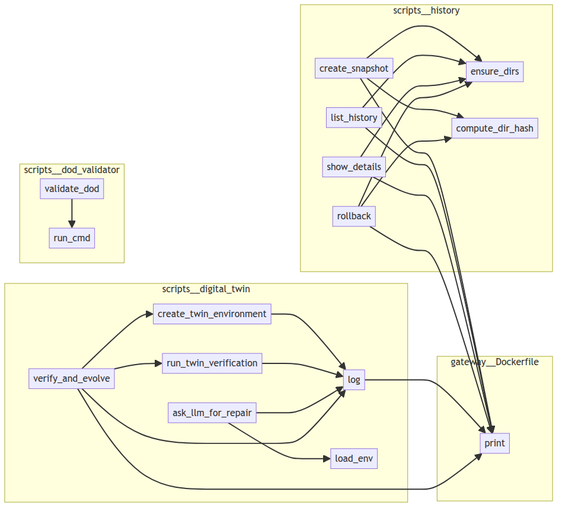
Above: project/calls.png in paxlet-com/taskand (Mermaid), before the change. Its source is kept beside it as project/calls.mmd.
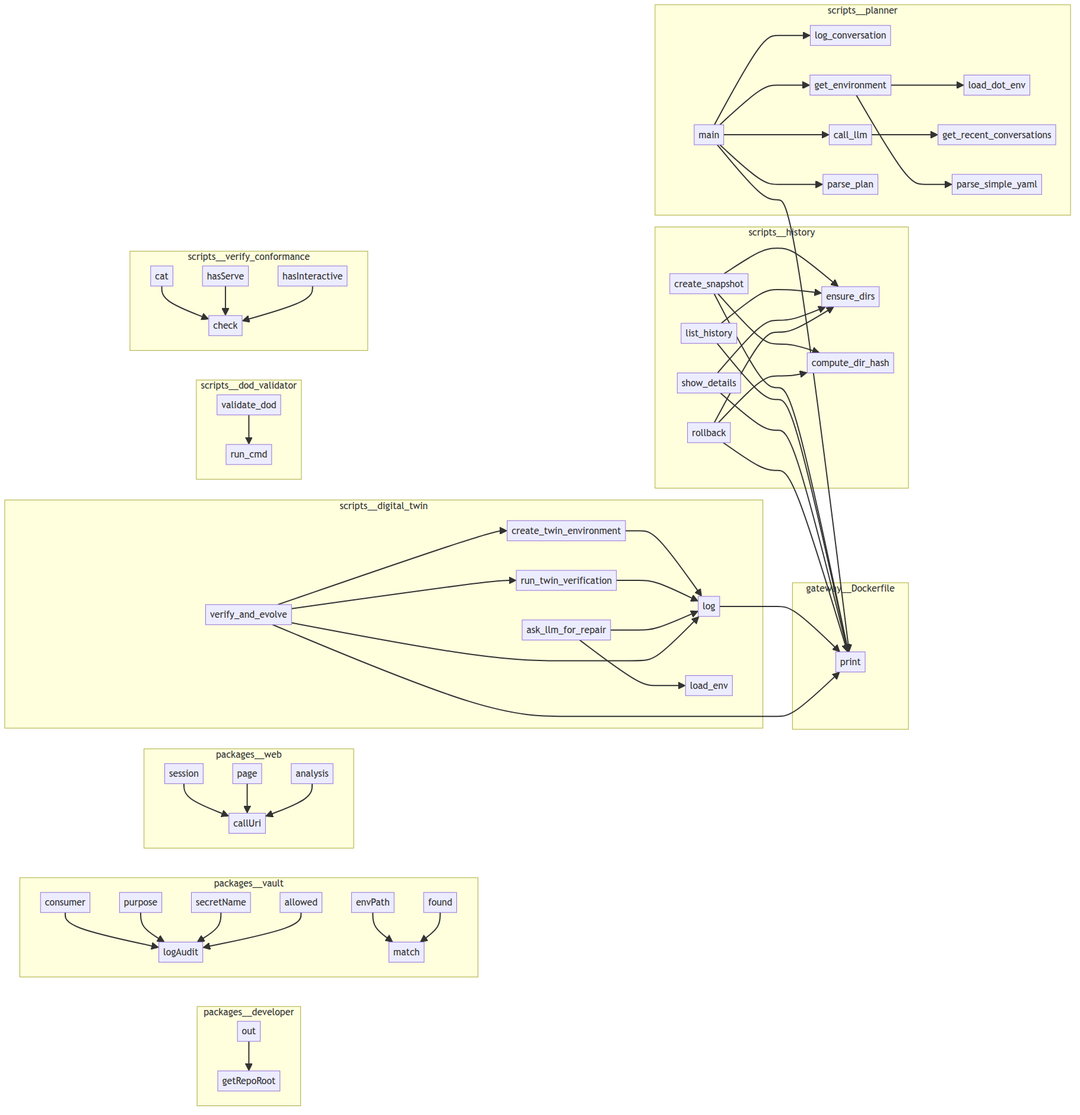
After the commit.

Change to the diagram source:
```diff
@@ -2,36 +2,81 @@
     subgraph gateway__Dockerfile
         gateway__Dockerfile__print["print"]
     end
+    subgraph packages__developer
+        packages__developer__proc__dev__chat__taskand__dev__v1__bin__out["out"]
+        packages__developer__proc__dev__chat__taskand__dev__v1__bin__getRepoRoot["getRepoRoot"]
+    end
+    subgraph packages__vault
+        packages__vault__proc__vault__secrets__taskand__dev__v1__bin__logAudit["logAudit"]
+        packages__vault__proc__vault__secrets__taskand__dev__v1__bin__envPath["envPath"]
+        packages__vault__proc__vault__secrets__taskand__dev__v1__bin__found["found"]
+        packages__vault__proc__vault__secrets__taskand__dev__v1__bin__secretName["secretName"]
+        packages__vault__proc__vault__secrets__taskand__dev__v1__bin__consumer["consumer"]
+        packages__vault__proc__vault__secrets__taskand__dev__v1__bin__allowed["allowed"]
+        packages__vault__proc__vault__secrets__taskand__dev__v1__bin__match["match"]
+        packages__vault__proc__vault__secrets__taskand__dev__v1__bin__purpose["purpose"]
+    end
+    subgraph packages__web
+        packages__web__proc__flow__login__taskand__dev__v1__bin__page["page"]
+        packages__web__proc__flow__login__taskand__dev__v1__bin__session["session"]
+        packages__web__proc__flow__login__taskand__dev__v1__bin__analysis["analysis"]
+        packages__web__proc__flow__login__taskand__dev__v1__bin__callUri["callUri"]
+    end
     subgraph scripts__digital_twin
+        scripts__digital_twin__ask_llm_for_repair["ask_llm_for_repair"]
+        scripts__digital_twin__run_twin_verification["run_twin_verification"]
         scripts__digital_twin__log["log"]
-        scripts__digital_twin__run_twin_verification["run_twin_verification"]
+        scripts__digital_twin__load_env["load_env"]
         scripts__digital_twin__create_twin_environment["create_twin_environment"]
-        scripts__digital_twin__ask_llm_for_repair["ask_llm_for_repair"]
-        scripts__digital_twin__load_env["load_env"]
         scripts__digital_twin__verify_and_evolve["verify_and_evolve"]
     end
     subgraph scripts__dod_validator
+        scripts__dod_validator__run_cmd["run_cmd"]
         scripts__dod_validator__validate_dod["validate_dod"]
-        scripts__dod_validator__run_cmd["run_cmd"]
     end
     subgraph scripts__history
         scripts__history__ensure_dirs["ensure_dirs"]
+        scripts__history__create_snapshot["create_snapshot"]
+        scripts__history__list_history["list_history"]
         scripts__history__show_details["show_details"]
-        scripts__history__list_history["list_history"]
-        scripts__history__create_snapshot["create_snapshot"]
         scripts__history__rollback["rollback"]
         scripts__history__compute_dir_hash["compute_dir_hash"]
     end
+    subgraph scripts__planner
+        scripts__planner__load_dot_env["load_dot_env"]
+        scripts__planner__get_recent_conversations["get_recent_conversations"]
+        scripts__planner__parse_simple_yaml["parse_simple_yaml"]
+        scripts__planner__log_conversation["log_conversation"]
+        scripts__planner__get_environment["get_environment"]
+        scripts__planner__call_llm["call_llm"]
+        scripts__planner__parse_plan["parse_plan"]
+        scripts__planner__main["main"]
+    end
+    subgraph scripts__verify_conformance
+        scripts__verify_conformance__check["check"]
+        scripts__verify_conformance__cat["cat"]
+        scripts__verify_conformance__hasServe["hasServe"]
+        scripts__verify_conformance__hasInteractive["hasInteractive"]
+    end
+    packages__vault__proc__vault__secrets__taskand__dev__v1__bin__envPath --> packages__vault__proc__vault__secrets__taskand__dev__v1__bin__match
+    packages__vault__proc__vault__secrets__taskand__dev__v1__bin__found --> packages__vault__proc__vault__secrets__taskand__dev__v1__bin__match
+    packages__vault__proc__vault__secrets__taskand__dev__v1__bin__consumer --> packages__vault__proc__vault__secrets__taskand__dev__v1__bin__logAudit
+    packages__vault__proc__vault__secrets__taskand__dev__v1__bin__purpose --> packages__vault__proc__vault__secrets__taskand__dev__v1__bin__logAudit
+    packages__vault__proc__vault__secrets__taskand__dev__v1__bin__secretName --> packages__vault__proc__vault__secrets__taskand__dev__v1__bin__logAudit
+    packages__vault__proc__vault__secrets__taskand__dev__v1__bin__allowed --> packages__vault__proc__vault__secrets__taskand__dev__v1__bin__logAudit
+    packages__developer__proc__dev__chat__taskand__dev__v1__bin__out --> packages__developer__proc__dev__chat__taskand__dev__v1__bin__getRepoRoot
+    packages__web__proc__flow__login__taskand__dev__v1__bin__session --> packages__web__proc__flow__login__taskand__dev__v1__bin__callUri
+    packages__web__proc__flow__login__taskand__dev__v1__bin__page --> packages__web__proc__flow__login__taskand__dev__v1__bin__callUri
+    packages__web__proc__flow__login__taskand__dev__v1__bin__analysis --> packages__web__proc__flow__login__taskand__dev__v1__bin__callUri
     scripts__dod_validator__validate_dod --> scripts__dod_validator__run_cmd
-    scripts__digital_twin__log --> gateway__Dockerfile__print
-    scripts__digital_twin__create_twin_environment --> scripts__digital_twin__log
-    scripts__digital_twin__run_twin_verification --> scripts__digital_twin__log
-    scripts__digital_twin__ask_llm_for_repair --> scripts__digital_twin__load_env
-    scripts__digital_twin__ask_llm_for_repair --> scripts__digital_twin__log
-    scripts__digital_twin__verify_and_evolve --> gateway__Dockerfile__print
-    scripts__digital_twin__verify_and_evolve --> scripts__digital_twin__log
-    scripts__digital_twin__verify_and_evolve --> scripts__digital_twin__create_twin_environment
-    scripts__digital_twin__verify_and_evolve --> scripts__digital_twin__run_twin_verification
+    scripts__planner__get_environment --> scripts__planner__load_dot_env
+    scripts__planner__get_environment --> scripts__planner__parse_simple_yaml
+    scripts__planner__call_llm --> scripts__planner__get_recent_conversations
+    scripts__planner__main --> scripts__planner__get_environment
+    scripts__planner__main --> scripts__planner__call_llm
+    scripts__planner__main --> scripts__planner__parse_plan
+    scripts__planner__main --> scripts__planner__log_conversation
+    scripts__planner__main --> gateway__Dockerfile__print
     scripts__history__create_snapshot --> scripts__history__ensure_dirs
     scripts__history__create_snapshot --> scripts__history__compute_dir_hash
     scripts__history__create_snapshot --> gateway__Dockerfile__print
@@ -42,3 +87,15 @@
     scripts__history__rollback --> scripts__history__ensure_dirs
     scripts__history__rollback --> gateway__Dockerfile__print
     scripts__history__rollback --> scripts__history__compute_dir_hash
+    scripts__digital_twin__log --> gateway__Dockerfile__print
+    scripts__digital_twin__create_twin_environment --> scripts__digital_twin__log
+    scripts__digital_twin__run_twin_verification --> scripts__digital_twin__log
+    scripts__digital_twin__ask_llm_for_repair --> scripts__digital_twin__load_env
+    scripts__digital_twin__ask_llm_for_repair --> scripts__digital_twin__log
+    scripts__digital_twin__verify_and_evolve --> gateway__Dockerfile__print
+    scripts__digital_twin__verify_and_evolve --> scripts__digital_twin__log
+    scripts__digital_twin__verify_and_evolve --> scripts__digital_twin__create_twin_environment
+    scripts__digital_twin__verify_and_evolve --> scripts__digital_twin__run_twin_verification
+    scripts__verify_conformance__cat --> scripts__verify_conformance__check
+    scripts__verify_conformance__hasServe --> scripts__verify_conformance__check
+    scripts__verify_conformance__hasInteractive --> scripts__verify_conformance__check
```
